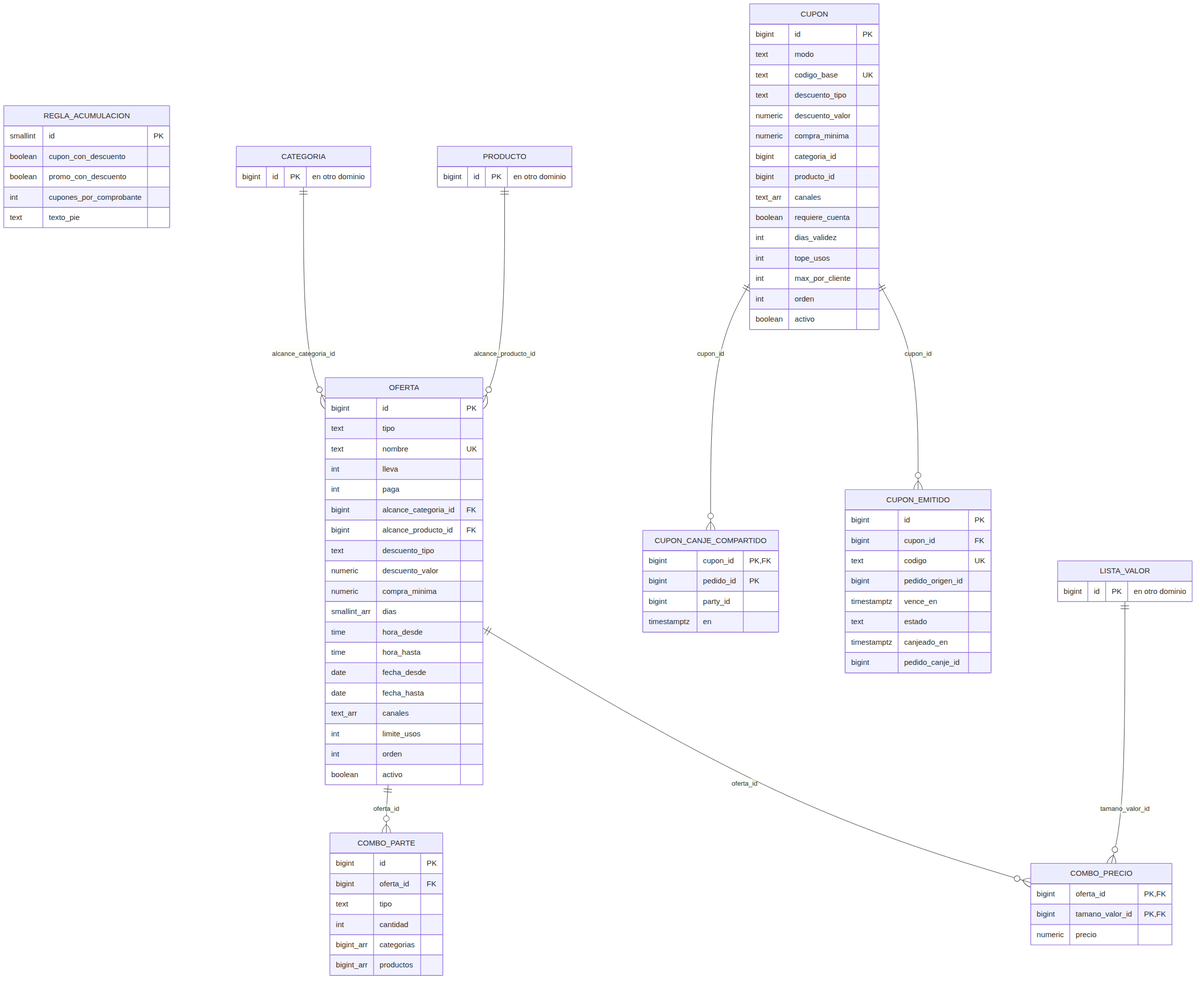
The Mermaid diagram docs/datos/er/05-ofertas.png in JoseEM26/caprichos, before a commit. Its source is kept beside it as docs/datos/er/05-ofertas.mmd. Its diagram source:
```mermaid
erDiagram
  OFERTA {
    bigint id PK
    text tipo
    text nombre UK
    int lleva
    int paga
    bigint alcance_categoria_id FK
    bigint alcance_producto_id FK
    text descuento_tipo
    numeric descuento_valor
    numeric compra_minima
    smallint_arr dias
    time hora_desde
    time hora_hasta
    date fecha_desde
    date fecha_hasta
    text_arr canales
    int limite_usos
    int orden
    boolean activo
  }
  COMBO_PRECIO {
    bigint oferta_id PK,FK
    bigint tamano_valor_id PK,FK
    numeric precio
  }
  COMBO_PARTE {
    bigint id PK
    bigint oferta_id FK
    text tipo
    int cantidad
    bigint_arr categorias
    bigint_arr productos
  }
  REGLA_ACUMULACION {
    smallint id PK
    boolean cupon_con_descuento
    boolean promo_con_descuento
    int cupones_por_comprobante
    text texto_pie
  }
  CUPON {
    bigint id PK
    text modo
    text codigo_base UK
    text descuento_tipo
    numeric descuento_valor
    numeric compra_minima
    bigint categoria_id
    bigint producto_id
    text_arr canales
    boolean requiere_cuenta
    int dias_validez
    int tope_usos
    int max_por_cliente
    int orden
    boolean activo
  }
  CUPON_EMITIDO {
    bigint id PK
    bigint cupon_id FK
    text codigo UK
    bigint pedido_origen_id
    timestamptz vence_en
    text estado
    timestamptz canjeado_en
    bigint pedido_canje_id
  }
  CUPON_CANJE_COMPARTIDO {
    bigint cupon_id PK,FK
    bigint pedido_id PK
    bigint party_id
    timestamptz en
  }
  CATEGORIA {
    bigint id PK "en otro dominio"
  }
  LISTA_VALOR {
    bigint id PK "en otro dominio"
  }
  PRODUCTO {
    bigint id PK "en otro dominio"
  }
  CATEGORIA ||--o{ OFERTA : "alcance_categoria_id"
  CUPON ||--o{ CUPON_CANJE_COMPARTIDO : "cupon_id"
  CUPON ||--o{ CUPON_EMITIDO : "cupon_id"
  LISTA_VALOR ||--o{ COMBO_PRECIO : "tamano_valor_id"
  OFERTA ||--o{ COMBO_PARTE : "oferta_id"
  OFERTA ||--o{ COMBO_PRECIO : "oferta_id"
  PRODUCTO ||--o{ OFERTA : "alcance_producto_id"
```
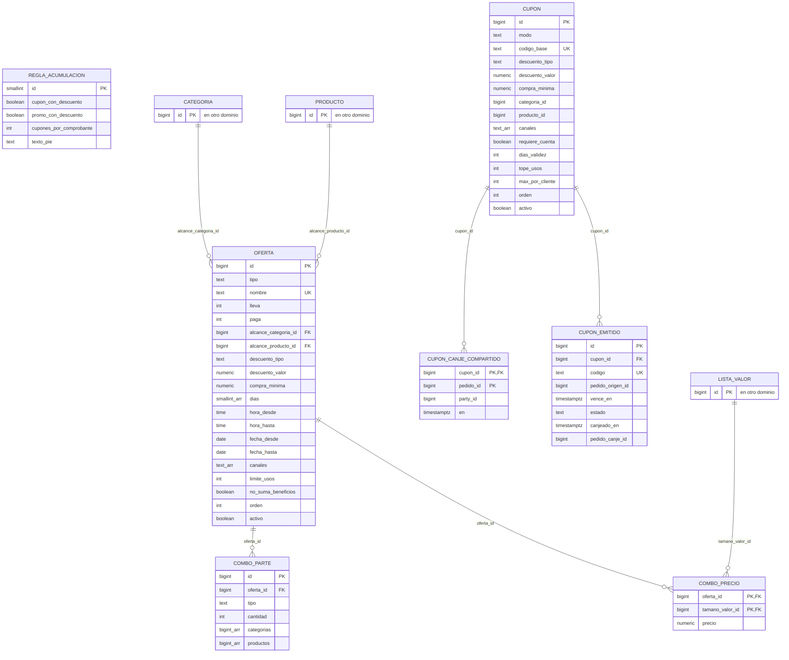
Above is the later version.

The edit, as a diff of the source:
```diff
@@ -17,6 +17,7 @@
     date fecha_hasta
     text_arr canales
     int limite_usos
+    boolean no_suma_beneficios
     int orden
     boolean activo
   }
```
